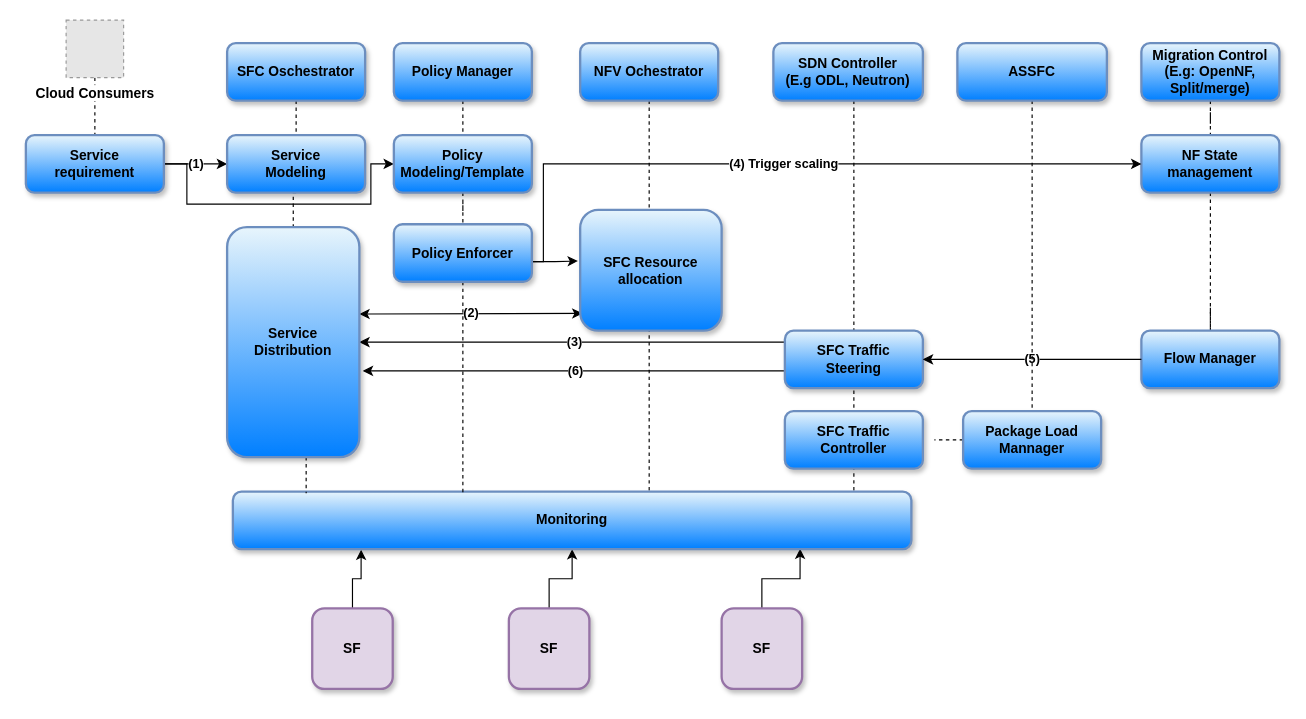
This is Elastic flow management flow diagram.drawio from nhbinh/draw.io, a draw.io file, before an edit. Source tidied: cells renumbered, new cells numbered last; positions are measured from the earlier drawing's top-left corner, leaving out a move shared by most shapes. Both pictures are drawn from the tidied source at 115%, with x=0, y=0 at pixel (25, 20). Pictures stored in the file or linked from it are replaced by grey dashed boxes.
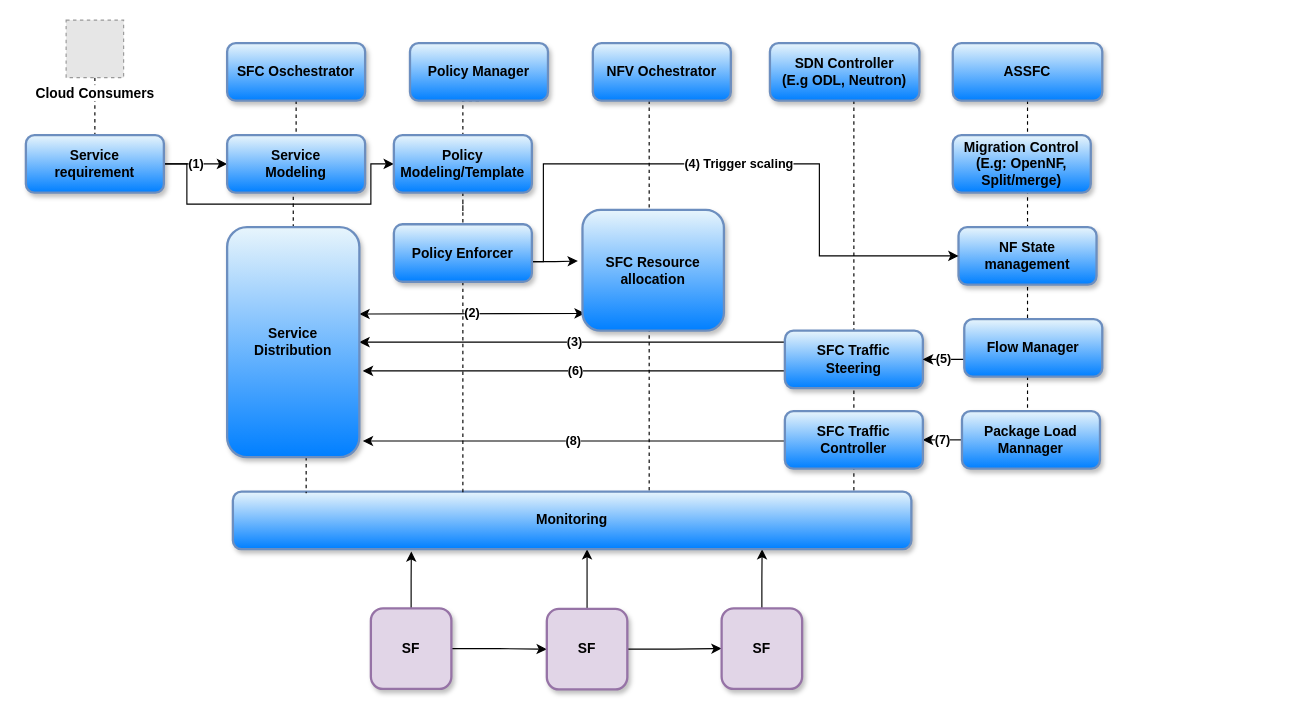
Above is the later version.

The change refers to these unchanged cells:
```xml
<mxCell id="19" value="&lt;b&gt;Monitoring&lt;br&gt;&lt;/b&gt;" style="rounded=1;whiteSpace=wrap;html=1;fillColor=#E8F5FC;strokeColor=#6c8ebf;gradientColor=#007FFF;strokeWidth=2;glass=0;shadow=1;comic=0;" parent="1" vertex="1">
  <mxGeometry x="180" y="410" width="590" height="50" as="geometry" />
</mxCell>
<mxCell id="30" value="&lt;b&gt;SFC Traffic &lt;br&gt;Steering&lt;br&gt;&lt;/b&gt;" style="rounded=1;whiteSpace=wrap;html=1;fillColor=#E8F5FC;strokeColor=#6c8ebf;gradientColor=#007FFF;strokeWidth=2;glass=0;shadow=1;comic=0;" parent="1" vertex="1">
  <mxGeometry x="660" y="270" width="120" height="50" as="geometry" />
</mxCell>
<mxCell id="34" value="&lt;b&gt;Service &lt;br&gt;Distribution&lt;br&gt;&lt;/b&gt;" style="rounded=1;whiteSpace=wrap;html=1;fillColor=#E8F5FC;strokeColor=#6c8ebf;gradientColor=#007FFF;strokeWidth=2;glass=0;shadow=1;comic=0;" parent="1" vertex="1">
  <mxGeometry x="175" y="180" width="115" height="200" as="geometry" />
</mxCell>
<mxCell id="43" value="&lt;b&gt;Policy Enforcer&lt;br&gt;&lt;/b&gt;" style="rounded=1;whiteSpace=wrap;html=1;fillColor=#E8F5FC;strokeColor=#6c8ebf;gradientColor=#007FFF;strokeWidth=2;glass=0;shadow=1;comic=0;" parent="1" vertex="1">
  <mxGeometry x="320" y="177.5" width="120" height="50" as="geometry" />
</mxCell>
<mxCell id="48" value="&lt;b&gt;SFC Traffic &lt;br&gt;Controller&lt;br&gt;&lt;/b&gt;" style="rounded=1;whiteSpace=wrap;html=1;fillColor=#E8F5FC;strokeColor=#6c8ebf;gradientColor=#007FFF;strokeWidth=2;glass=0;shadow=1;comic=0;" parent="1" vertex="1">
  <mxGeometry x="660" y="340" width="120" height="50" as="geometry" />
</mxCell>
```

What changed in the source:
```diff
@@
+    <mxCell id="49" style="edgeStyle=orthogonalEdgeStyle;rounded=0;jettySize=auto;html=1;endArrow=none;endFill=0;dashed=1;" parent="1" edge="1" source="47">
+      <mxGeometry relative="1" as="geometry">
+        <mxPoint x="871" y="390" as="targetPoint" />
+      </mxGeometry>
+    </mxCell>
@@
     <mxCell id="6" value="&lt;b&gt;SDN Controller&lt;br&gt;(&lt;/b&gt;&lt;b&gt;E.g ODL, Neutron&lt;/b&gt;&lt;b&gt;)&lt;br&gt;&lt;/b&gt;" style="rounded=1;whiteSpace=wrap;html=1;fillColor=#E8F5FC;strokeColor=#6c8ebf;gradientColor=#007FFF;strokeWidth=2;glass=0;shadow=1;comic=0;" parent="1" vertex="1">
-      <mxGeometry x="650" y="20" width="130" height="50" as="geometry" />
+      <mxGeometry x="647" y="20" width="130" height="50" as="geometry" />
     </mxCell>
-    <mxCell id="7" style="edgeStyle=orthogonalEdgeStyle;rounded=0;jettySize=auto;html=1;entryX=0.189;entryY=1.01;entryDx=0;entryDy=0;entryPerimeter=0;endArrow=classic;endFill=1;" parent="1" edge="1" source="8" target="19">
+    <mxCell id="7" style="edgeStyle=orthogonalEdgeStyle;rounded=0;jettySize=auto;html=1;exitX=0.5;exitY=0;exitDx=0;exitDy=0;entryX=0.263;entryY=1.04;entryDx=0;entryDy=0;entryPerimeter=0;endArrow=classic;endFill=1;" parent="1" edge="1" source="8" target="19">
       <mxGeometry relative="1" as="geometry" />
     </mxCell>
+    <mxCell id="50" style="edgeStyle=orthogonalEdgeStyle;rounded=0;jettySize=auto;html=1;endArrow=classic;endFill=1;" parent="1" edge="1" source="8" target="10">
+      <mxGeometry relative="1" as="geometry" />
+    </mxCell>
-    <mxCell id="8" value="&lt;b&gt;SF&lt;/b&gt;" style="whiteSpace=wrap;html=1;rounded=1;shadow=1;glass=0;comic=0;strokeWidth=2;fillColor=#e1d5e7;strokeColor=#9673a6;gradientDirection=north;flipH=1;" parent="1" vertex="1">
-      <mxGeometry x="249" y="511.5" width="70" height="70" as="geometry" />
+    <mxCell id="8" value="&lt;b&gt;SF&lt;/b&gt;" style="whiteSpace=wrap;html=1;rounded=1;shadow=1;glass=0;comic=0;strokeWidth=2;fillColor=#e1d5e7;strokeColor=#9673a6;gradientDirection=north;flipH=0;flipV=1;" parent="1" vertex="1">
+      <mxGeometry x="300" y="511.5" width="70" height="70" as="geometry" />
     </mxCell>
-    <mxCell id="9" style="edgeStyle=orthogonalEdgeStyle;rounded=0;jettySize=auto;html=1;exitX=0.5;exitY=0;exitDx=0;exitDy=0;entryX=0.5;entryY=1;entryDx=0;entryDy=0;endArrow=classic;endFill=1;" parent="1" edge="1" source="10" target="19">
+    <mxCell id="9" style="edgeStyle=orthogonalEdgeStyle;rounded=0;jettySize=auto;html=1;exitX=0.5;exitY=0;exitDx=0;exitDy=0;entryX=0.522;entryY=1;entryDx=0;entryDy=0;entryPerimeter=0;endArrow=classic;endFill=1;" parent="1" edge="1" source="10" target="19">
       <mxGeometry relative="1" as="geometry" />
     </mxCell>
+    <mxCell id="51" style="edgeStyle=orthogonalEdgeStyle;rounded=0;jettySize=auto;html=1;endArrow=classic;endFill=1;" parent="1" edge="1" source="10" target="12">
+      <mxGeometry relative="1" as="geometry" />
+    </mxCell>
-    <mxCell id="10" value="&lt;b&gt;SF&lt;/b&gt;" style="whiteSpace=wrap;html=1;rounded=1;shadow=1;glass=0;comic=0;strokeWidth=2;fillColor=#e1d5e7;strokeColor=#9673a6;gradientDirection=north;flipH=1;" parent="1" vertex="1">
-      <mxGeometry x="420" y="511.5" width="70" height="70" as="geometry" />
+    <mxCell id="10" value="&lt;b&gt;SF&lt;/b&gt;" style="whiteSpace=wrap;html=1;rounded=1;shadow=1;glass=0;comic=0;strokeWidth=2;fillColor=#e1d5e7;strokeColor=#9673a6;gradientDirection=north;flipH=0;flipV=1;" parent="1" vertex="1">
+      <mxGeometry x="453" y="512" width="70" height="70" as="geometry" />
     </mxCell>
-    <mxCell id="11" style="edgeStyle=orthogonalEdgeStyle;rounded=0;jettySize=auto;html=1;exitX=0.5;exitY=0;exitDx=0;exitDy=0;entryX=0.836;entryY=0.993;entryDx=0;entryDy=0;entryPerimeter=0;endArrow=classic;endFill=1;" parent="1" edge="1" source="12" target="19">
+    <mxCell id="11" style="edgeStyle=orthogonalEdgeStyle;rounded=0;jettySize=auto;html=1;exitX=0.5;exitY=0;exitDx=0;exitDy=0;entryX=0.78;entryY=1;entryDx=0;entryDy=0;entryPerimeter=0;endArrow=classic;endFill=1;" parent="1" edge="1" source="12" target="19">
       <mxGeometry relative="1" as="geometry" />
     </mxCell>
-    <mxCell id="12" value="&lt;b&gt;SF&lt;/b&gt;" style="whiteSpace=wrap;html=1;rounded=1;shadow=1;glass=0;comic=0;strokeWidth=2;fillColor=#e1d5e7;strokeColor=#9673a6;gradientDirection=north;flipH=1;" parent="1" vertex="1">
+    <mxCell id="12" value="&lt;b&gt;SF&lt;/b&gt;" style="whiteSpace=wrap;html=1;rounded=1;shadow=1;glass=0;comic=0;strokeWidth=2;fillColor=#e1d5e7;strokeColor=#9673a6;gradientDirection=north;flipH=0;flipV=1;" parent="1" vertex="1">
       <mxGeometry x="605" y="511.5" width="70" height="70" as="geometry" />
     </mxCell>
-    <mxCell id="13" style="edgeStyle=orthogonalEdgeStyle;rounded=0;jettySize=auto;html=1;entryX=0.5;entryY=0;entryDx=0;entryDy=0;endArrow=none;endFill=0;dashed=1;" parent="1" edge="1" source="14" target="38">
-      <mxGeometry relative="1" as="geometry" />
-    </mxCell>
-    <mxCell id="14" value="&lt;b&gt;Migration Control&lt;br&gt;(E.g: OpenNF, Split/merge)&lt;br&gt;&lt;/b&gt;" style="rounded=1;whiteSpace=wrap;html=1;fillColor=#E8F5FC;strokeColor=#6c8ebf;gradientColor=#007FFF;strokeWidth=2;glass=0;shadow=1;comic=0;" parent="1" vertex="1">
-      <mxGeometry x="970" y="20" width="120" height="50" as="geometry" />
-    </mxCell>
@@
     <mxCell id="18" value="&lt;b&gt;SFC Resource allocation&lt;br&gt;&lt;/b&gt;" style="rounded=1;whiteSpace=wrap;html=1;fillColor=#E8F5FC;strokeColor=#6c8ebf;gradientColor=#007FFF;strokeWidth=2;glass=0;shadow=1;comic=0;" parent="1" vertex="1">
-      <mxGeometry x="482" y="165" width="123" height="105" as="geometry" />
+      <mxGeometry x="484" y="165" width="123" height="105" as="geometry" />
     </mxCell>
@@
     <mxCell id="20" value="&lt;b&gt;NFV Ochestrator&lt;br&gt;&lt;/b&gt;" style="rounded=1;whiteSpace=wrap;html=1;fillColor=#E8F5FC;strokeColor=#6c8ebf;gradientColor=#007FFF;strokeWidth=2;glass=0;shadow=1;comic=0;" parent="1" vertex="1">
-      <mxGeometry x="482" y="20" width="120" height="50" as="geometry" />
+      <mxGeometry x="493" y="20" width="120" height="50" as="geometry" />
     </mxCell>
@@
     <mxCell id="25" value="&lt;b&gt;Policy Manager&lt;br&gt;&lt;/b&gt;" style="rounded=1;whiteSpace=wrap;html=1;fillColor=#E8F5FC;strokeColor=#6c8ebf;gradientColor=#007FFF;strokeWidth=2;glass=0;shadow=1;comic=0;" parent="1" vertex="1">
-      <mxGeometry x="320" y="20" width="120" height="50" as="geometry" />
+      <mxGeometry x="334" y="20" width="120" height="50" as="geometry" />
     </mxCell>
-    <mxCell id="26" style="edgeStyle=orthogonalEdgeStyle;rounded=0;jettySize=auto;html=1;endArrow=none;endFill=0;dashed=1;" parent="1" edge="1" source="27">
-      <mxGeometry relative="1" as="geometry">
-        <mxPoint x="1030" y="255" as="targetPoint" />
-      </mxGeometry>
-    </mxCell>
-    <mxCell id="27" value="&lt;b&gt;Flow Manager&lt;br&gt;&lt;/b&gt;" style="rounded=1;whiteSpace=wrap;html=1;fillColor=#E8F5FC;strokeColor=#6c8ebf;gradientColor=#007FFF;strokeWidth=2;glass=0;shadow=1;comic=0;" parent="1" vertex="1">
-      <mxGeometry x="970" y="270" width="120" height="50" as="geometry" />
-    </mxCell>
@@
-    <mxCell id="37" style="edgeStyle=orthogonalEdgeStyle;rounded=0;jettySize=auto;html=1;endArrow=none;endFill=0;dashed=1;" parent="1" edge="1" source="38" target="27">
-      <mxGeometry relative="1" as="geometry" />
-    </mxCell>
     <mxCell id="38" value="&lt;b&gt;NF State management&lt;br&gt;&lt;/b&gt;" style="rounded=1;whiteSpace=wrap;html=1;fillColor=#E8F5FC;strokeColor=#6c8ebf;gradientColor=#007FFF;strokeWidth=2;glass=0;shadow=1;comic=0;" parent="1" vertex="1">
-      <mxGeometry x="970" y="100" width="120" height="50" as="geometry" />
+      <mxGeometry x="811" y="180" width="120" height="50" as="geometry" />
     </mxCell>
-    <mxCell id="39" value="&lt;b&gt;(5)&lt;/b&gt;" style="edgeStyle=orthogonalEdgeStyle;rounded=0;jettySize=auto;html=1;entryX=1;entryY=0.5;entryDx=0;entryDy=0;endArrow=classic;endFill=1;" parent="1" edge="1" target="30">
+    <mxCell id="39" value="&lt;b&gt;(5)&lt;/b&gt;" style="edgeStyle=orthogonalEdgeStyle;rounded=0;jettySize=auto;html=1;entryX=1;entryY=0.5;entryDx=0;entryDy=0;endArrow=classic;endFill=1;" parent="1" edge="1" source="27" target="30">
       <mxGeometry relative="1" as="geometry">
-        <mxPoint x="970" y="295" as="sourcePoint" />
         <Array as="points">
-          <mxPoint x="920" y="295" />
           <mxPoint x="920" y="295" />
         </Array>
       </mxGeometry>
     </mxCell>
@@
     <mxCell id="41" value="&lt;b&gt;(4) Trigger scaling&lt;/b&gt;" style="edgeStyle=orthogonalEdgeStyle;rounded=0;jettySize=auto;html=1;exitX=1;exitY=0.5;exitDx=0;exitDy=0;entryX=0;entryY=0.5;entryDx=0;entryDy=0;endArrow=classic;endFill=1;" parent="1" edge="1" source="43" target="38">
       <mxGeometry relative="1" as="geometry">
         <Array as="points">
           <mxPoint x="440" y="210" />
           <mxPoint x="450" y="210" />
           <mxPoint x="450" y="125" />
+          <mxPoint x="690" y="125" />
+          <mxPoint x="690" y="205" />
         </Array>
       </mxGeometry>
     </mxCell>
@@
-    <mxCell id="44" style="edgeStyle=orthogonalEdgeStyle;rounded=0;jettySize=auto;html=1;dashed=1;endArrow=none;endFill=0;" parent="1" edge="1" source="45">
-      <mxGeometry relative="1" as="geometry">
-        <mxPoint x="790" y="365" as="targetPoint" />
-      </mxGeometry>
-    </mxCell>
+    <mxCell id="52" value="&lt;b&gt;(7)&lt;/b&gt;" style="edgeStyle=orthogonalEdgeStyle;rounded=0;jettySize=auto;html=1;exitX=0;exitY=0.5;exitDx=0;exitDy=0;entryX=1;entryY=0.5;entryDx=0;entryDy=0;endArrow=classic;endFill=1;" parent="1" edge="1" source="45" target="48">
+      <mxGeometry relative="1" as="geometry" />
+    </mxCell>
     <mxCell id="45" value="&lt;b&gt;Package Load Mannager&lt;br&gt;&lt;/b&gt;" style="rounded=1;whiteSpace=wrap;html=1;fillColor=#E8F5FC;strokeColor=#6c8ebf;gradientColor=#007FFF;strokeWidth=2;glass=0;shadow=1;comic=0;" parent="1" vertex="1">
-      <mxGeometry x="815" y="340" width="120" height="50" as="geometry" />
+      <mxGeometry x="814" y="340" width="120" height="50" as="geometry" />
     </mxCell>
-    <mxCell id="46" style="edgeStyle=orthogonalEdgeStyle;rounded=0;jettySize=auto;html=1;dashed=1;endArrow=none;endFill=0;" parent="1" edge="1" source="47">
-      <mxGeometry relative="1" as="geometry">
-        <mxPoint x="875" y="340" as="targetPoint" />
-      </mxGeometry>
-    </mxCell>
     <mxCell id="47" value="&lt;b&gt;ASSFC&lt;br&gt;&lt;/b&gt;" style="rounded=1;whiteSpace=wrap;html=1;fillColor=#E8F5FC;strokeColor=#6c8ebf;gradientColor=#007FFF;strokeWidth=2;glass=0;shadow=1;comic=0;" parent="1" vertex="1">
-      <mxGeometry x="810" y="20" width="130" height="50" as="geometry" />
+      <mxGeometry x="806" y="20" width="130" height="50" as="geometry" />
     </mxCell>
+    <mxCell id="53" value="&lt;b&gt;(8)&lt;/b&gt;" style="edgeStyle=orthogonalEdgeStyle;rounded=0;jettySize=auto;html=1;endArrow=classic;endFill=1;entryX=1.026;entryY=0.93;entryDx=0;entryDy=0;entryPerimeter=0;" parent="1" edge="1" source="48" target="34">
+      <mxGeometry relative="1" as="geometry">
+        <Array as="points">
+          <mxPoint x="570" y="366" />
+          <mxPoint x="570" y="366" />
+        </Array>
+      </mxGeometry>
+    </mxCell>
@@
+    <mxCell id="14" value="&lt;b&gt;Migration Control&lt;br&gt;(E.g: OpenNF, Split/merge)&lt;br&gt;&lt;/b&gt;" style="rounded=1;whiteSpace=wrap;html=1;fillColor=#E8F5FC;strokeColor=#6c8ebf;gradientColor=#007FFF;strokeWidth=2;glass=0;shadow=1;comic=0;" parent="1" vertex="1">
+      <mxGeometry x="806" y="100" width="120" height="50" as="geometry" />
+    </mxCell>
+    <mxCell id="27" value="&lt;b&gt;Flow Manager&lt;br&gt;&lt;/b&gt;" style="rounded=1;whiteSpace=wrap;html=1;fillColor=#E8F5FC;strokeColor=#6c8ebf;gradientColor=#007FFF;strokeWidth=2;glass=0;shadow=1;comic=0;" parent="1" vertex="1">
+      <mxGeometry x="816" y="260" width="120" height="50" as="geometry" />
+    </mxCell>
```
